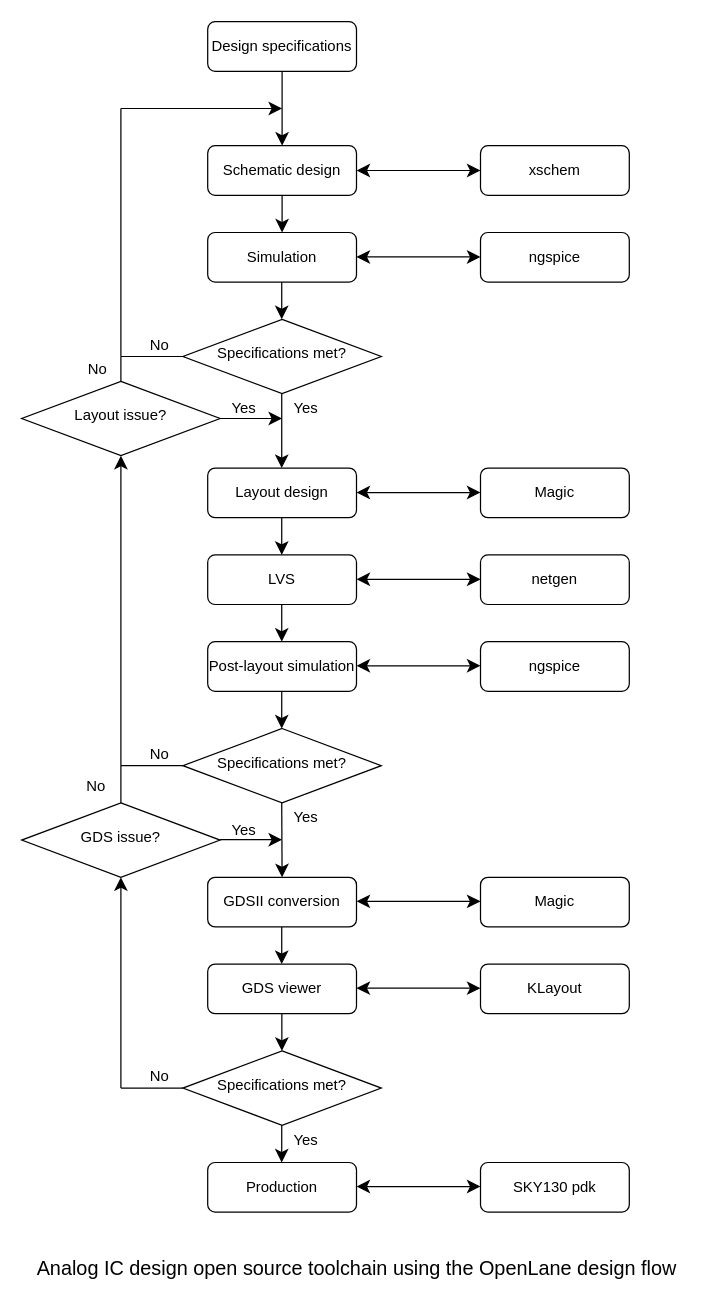
Before: Report/Figures/Workflow.drawio in miguelcorrea0107/MA2_project, a draw.io diagram. Source tidied: cells renumbered, new cells numbered last; positions are measured from the earlier drawing's top-left corner, leaving out a move shared by most shapes. Both pictures are drawn from the tidied source at 124%, with x=0, y=0 at pixel (21, 21).
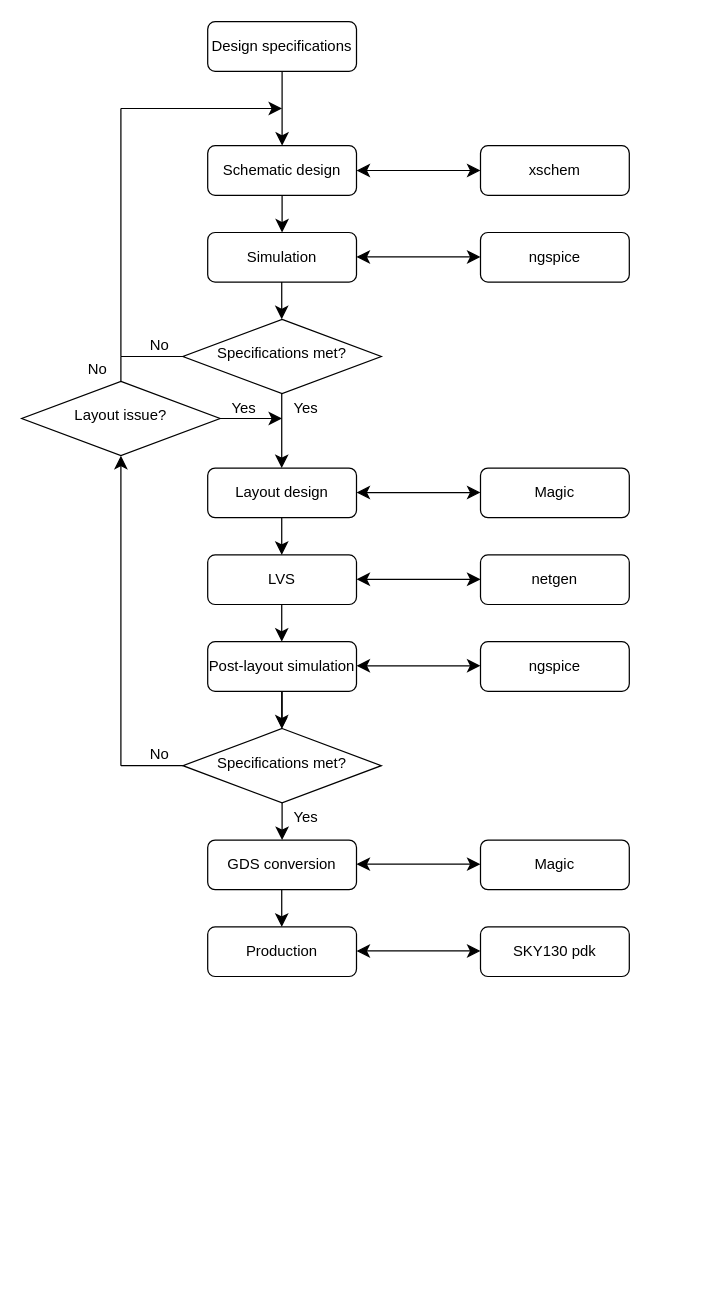
The same diagram, later.

Commit message:
Mettre à jour Workflow.drawio

Unchanged cells that the change refers to:
```xml
<mxCell id="13" value="Post-layout simulation" style="rounded=1;whiteSpace=wrap;html=1;fontSize=12;glass=0;strokeWidth=1;shadow=0;labelBackgroundColor=none;" parent="1" vertex="1">
  <mxGeometry x="150" y="500" width="120" height="40" as="geometry" />
</mxCell>
<mxCell id="16" value="Specifications met?" style="rhombus;whiteSpace=wrap;html=1;shadow=0;fontFamily=Helvetica;fontSize=12;align=center;strokeWidth=1;spacing=6;spacingTop=-4;labelBackgroundColor=none;" parent="1" vertex="1">
  <mxGeometry x="130" y="570" width="160" height="60" as="geometry" />
</mxCell>
```

Diff of the diagram source:
```diff
@@
+    <mxCell id="65" style="edgeStyle=orthogonalEdgeStyle;rounded=0;jettySize=auto;html=1;" parent="1" edge="1" source="13" target="16">
+      <mxGeometry relative="1" as="geometry" />
+    </mxCell>
@@
-    <mxCell id="17" value="GDSII conversion" style="rounded=1;whiteSpace=wrap;html=1;fontSize=12;glass=0;strokeWidth=1;shadow=0;labelBackgroundColor=none;" parent="1" vertex="1">
-      <mxGeometry x="150" y="690" width="120" height="40" as="geometry" />
+    <mxCell id="17" value="GDS conversion" style="rounded=1;whiteSpace=wrap;html=1;fontSize=12;glass=0;strokeWidth=1;shadow=0;labelBackgroundColor=none;" parent="1" vertex="1">
+      <mxGeometry x="150" y="660" width="120" height="40" as="geometry" />
     </mxCell>
-    <mxCell id="18" value="GDS viewer" style="rounded=1;whiteSpace=wrap;html=1;fontSize=12;glass=0;strokeWidth=1;shadow=0;labelBackgroundColor=none;" parent="1" vertex="1">
-      <mxGeometry x="150" y="760" width="120" height="40" as="geometry" />
-    </mxCell>
@@
-    <mxCell id="24" style="endArrow=classic;html=1;rounded=0;fontSize=12;startSize=8;endSize=8;curved=1;exitX=0.5;exitY=1;exitDx=0;exitDy=0;entryX=0.5;entryY=0;entryDx=0;entryDy=0;labelBackgroundColor=none;fontColor=default;" parent="1" edge="1" target="17">
-      <mxGeometry relative="1" as="geometry">
-        <mxPoint x="209.7" y="630" as="sourcePoint" />
-      </mxGeometry>
-    </mxCell>
-    <mxCell id="25" style="endArrow=classic;html=1;rounded=0;fontSize=12;startSize=8;endSize=8;curved=1;exitX=0.5;exitY=1;exitDx=0;exitDy=0;entryX=0.5;entryY=0;entryDx=0;entryDy=0;labelBackgroundColor=none;fontColor=default;" parent="1" edge="1">
-      <mxGeometry relative="1" as="geometry">
-        <mxPoint x="209.7" y="730" as="sourcePoint" />
-        <mxPoint x="209.7" y="760" as="targetPoint" />
-      </mxGeometry>
-    </mxCell>
@@
-    <mxCell id="35" style="endArrow=none;html=1;rounded=0;fontSize=12;startSize=8;endSize=8;curved=1;entryX=0;entryY=0.5;entryDx=0;entryDy=0;labelBackgroundColor=none;fontColor=default;" parent="1" edge="1" target="37">
-      <mxGeometry relative="1" as="geometry">
-        <mxPoint x="80" y="860" as="sourcePoint" />
-      </mxGeometry>
-    </mxCell>
-    <mxCell id="36" value="No" style="edgeLabel;html=1;align=center;verticalAlign=middle;fontSize=12;labelBackgroundColor=none;" parent="35" vertex="1">
-      <mxGeometry x="-0.43" y="1" relative="1" as="geometry">
-        <mxPoint x="16" y="-9" as="offset" />
-      </mxGeometry>
-    </mxCell>
-    <mxCell id="37" value="Specifications met?" style="rhombus;whiteSpace=wrap;html=1;shadow=0;fontFamily=Helvetica;fontSize=12;align=center;strokeWidth=1;spacing=6;spacingTop=-4;labelBackgroundColor=none;" parent="1" vertex="1">
-      <mxGeometry x="130" y="830" width="160" height="60" as="geometry" />
-    </mxCell>
-    <mxCell id="38" value="Yes" style="edgeLabel;html=1;align=center;verticalAlign=middle;fontSize=12;labelBackgroundColor=none;" parent="1" vertex="1">
-      <mxGeometry x="230" y="900" as="geometry">
-        <mxPoint x="-2" y="1" as="offset" />
-      </mxGeometry>
-    </mxCell>
-    <mxCell id="39" style="endArrow=classic;html=1;rounded=0;fontSize=12;startSize=8;endSize=8;curved=1;exitX=0.5;exitY=1;exitDx=0;exitDy=0;entryX=0.5;entryY=0;entryDx=0;entryDy=0;labelBackgroundColor=none;fontColor=default;" parent="1" edge="1">
-      <mxGeometry relative="1" as="geometry">
-        <mxPoint x="209.8" y="800" as="sourcePoint" />
-        <mxPoint x="209.8" y="830" as="targetPoint" />
-      </mxGeometry>
-    </mxCell>
-    <mxCell id="40" value="GDS issue?" style="rhombus;whiteSpace=wrap;html=1;shadow=0;fontFamily=Helvetica;fontSize=12;align=center;strokeWidth=1;spacing=6;spacingTop=-4;labelBackgroundColor=none;" parent="1" vertex="1">
-      <mxGeometry y="630" width="160" height="60" as="geometry" />
-    </mxCell>
-    <mxCell id="41" style="endArrow=classic;html=1;rounded=0;fontSize=12;startSize=8;endSize=8;curved=1;entryX=0.5;entryY=1;entryDx=0;entryDy=0;" parent="1" edge="1" target="40">
-      <mxGeometry relative="1" as="geometry">
-        <mxPoint x="80" y="860" as="sourcePoint" />
-      </mxGeometry>
-    </mxCell>
-    <mxCell id="42" style="endArrow=none;html=1;rounded=0;fontSize=12;startSize=8;endSize=8;curved=1;exitX=0.5;exitY=0;exitDx=0;exitDy=0;" parent="1" edge="1" source="40">
-      <mxGeometry relative="1" as="geometry">
-        <mxPoint x="80" y="600" as="targetPoint" />
-      </mxGeometry>
-    </mxCell>
-    <mxCell id="43" value="&amp;nbsp;No" style="edgeLabel;html=1;align=center;verticalAlign=middle;fontSize=12;labelBackgroundColor=none;" parent="1" vertex="1">
-      <mxGeometry x="100" y="600" as="geometry">
-        <mxPoint x="-43" y="16" as="offset" />
-      </mxGeometry>
-    </mxCell>
-    <mxCell id="44" style="endArrow=classic;html=1;rounded=0;fontSize=12;startSize=8;endSize=8;curved=1;labelBackgroundColor=none;fontColor=default;" parent="1" edge="1">
-      <mxGeometry relative="1" as="geometry">
-        <mxPoint x="160" y="659.7" as="sourcePoint" />
-        <mxPoint x="210" y="659.7" as="targetPoint" />
-      </mxGeometry>
-    </mxCell>
-    <mxCell id="45" value="Yes" style="edgeLabel;html=1;align=center;verticalAlign=middle;fontSize=12;labelBackgroundColor=none;" parent="1" vertex="1">
-      <mxGeometry x="180" y="650" as="geometry">
-        <mxPoint x="-2" y="1" as="offset" />
-      </mxGeometry>
-    </mxCell>
     <mxCell id="46" style="endArrow=classic;html=1;rounded=0;fontSize=12;startSize=8;endSize=8;curved=1;exitX=0.5;exitY=1;exitDx=0;exitDy=0;entryX=0.5;entryY=0;entryDx=0;entryDy=0;labelBackgroundColor=none;fontColor=default;" parent="1" edge="1">
       <mxGeometry relative="1" as="geometry">
-        <mxPoint x="209.7" y="890" as="sourcePoint" />
-        <mxPoint x="209.7" y="920" as="targetPoint" />
+        <mxPoint x="209.7" y="700" as="sourcePoint" />
+        <mxPoint x="209.7" y="730" as="targetPoint" />
       </mxGeometry>
     </mxCell>
     <mxCell id="47" value="Production" style="rounded=1;whiteSpace=wrap;html=1;fontSize=12;glass=0;strokeWidth=1;shadow=0;labelBackgroundColor=none;" parent="1" vertex="1">
-      <mxGeometry x="150" y="920" width="120" height="40" as="geometry" />
+      <mxGeometry x="150" y="730" width="120" height="40" as="geometry" />
     </mxCell>
@@
     <mxCell id="53" value="Magic" style="rounded=1;whiteSpace=wrap;html=1;fontSize=12;glass=0;strokeWidth=1;shadow=0;labelBackgroundColor=none;" parent="1" vertex="1">
-      <mxGeometry x="370" y="690" width="120" height="40" as="geometry" />
+      <mxGeometry x="370" y="660" width="120" height="40" as="geometry" />
     </mxCell>
-    <mxCell id="54" value="KLayout" style="rounded=1;whiteSpace=wrap;html=1;fontSize=12;glass=0;strokeWidth=1;shadow=0;labelBackgroundColor=none;" parent="1" vertex="1">
-      <mxGeometry x="370" y="760" width="120" height="40" as="geometry" />
-    </mxCell>
     <mxCell id="55" value="SKY130 pdk" style="rounded=1;whiteSpace=wrap;html=1;fontSize=12;glass=0;strokeWidth=1;shadow=0;labelBackgroundColor=none;" parent="1" vertex="1">
-      <mxGeometry x="370" y="920" width="120" height="40" as="geometry" />
+      <mxGeometry x="370" y="730" width="120" height="40" as="geometry" />
     </mxCell>
@@
     <mxCell id="61" style="endArrow=classic;startArrow=classic;html=1;rounded=0;fontSize=12;startSize=8;endSize=8;curved=1;entryX=0;entryY=0.5;entryDx=0;entryDy=0;" parent="1" edge="1">
       <mxGeometry relative="1" as="geometry">
-        <mxPoint x="270" y="709.4" as="sourcePoint" />
-        <mxPoint x="370" y="709.4" as="targetPoint" />
+        <mxPoint x="270" y="679.4" as="sourcePoint" />
+        <mxPoint x="370" y="679.4" as="targetPoint" />
       </mxGeometry>
     </mxCell>
-    <mxCell id="62" style="endArrow=classic;startArrow=classic;html=1;rounded=0;fontSize=12;startSize=8;endSize=8;curved=1;entryX=0;entryY=0.5;entryDx=0;entryDy=0;" parent="1" edge="1">
-      <mxGeometry relative="1" as="geometry">
-        <mxPoint x="270" y="779.4" as="sourcePoint" />
-        <mxPoint x="370" y="779.4" as="targetPoint" />
-      </mxGeometry>
-    </mxCell>
     <mxCell id="63" style="endArrow=classic;startArrow=classic;html=1;rounded=0;fontSize=12;startSize=8;endSize=8;curved=1;entryX=0;entryY=0.5;entryDx=0;entryDy=0;" parent="1" edge="1">
       <mxGeometry relative="1" as="geometry">
-        <mxPoint x="270" y="939.4" as="sourcePoint" />
-        <mxPoint x="370" y="939.4" as="targetPoint" />
+        <mxPoint x="270" y="749.4" as="sourcePoint" />
+        <mxPoint x="370" y="749.4" as="targetPoint" />
       </mxGeometry>
     </mxCell>
-    <mxCell id="64" value="Analog IC design open source toolchain using the OpenLane design flow" style="text;html=1;align=center;verticalAlign=middle;strokeColor=none;fillColor=none;fontSize=16;" parent="1" vertex="1">
-      <mxGeometry y="990" width="540" height="30" as="geometry" />
-    </mxCell>
+    <mxCell id="66" style="endArrow=classic;html=1;rounded=0;fontSize=12;startSize=8;endSize=8;curved=1;exitX=0.5;exitY=1;exitDx=0;exitDy=0;labelBackgroundColor=none;fontColor=default;" parent="1" edge="1" source="16">
+      <mxGeometry relative="1" as="geometry">
+        <mxPoint x="210" y="660" as="targetPoint" />
+      </mxGeometry>
+    </mxCell>
```
